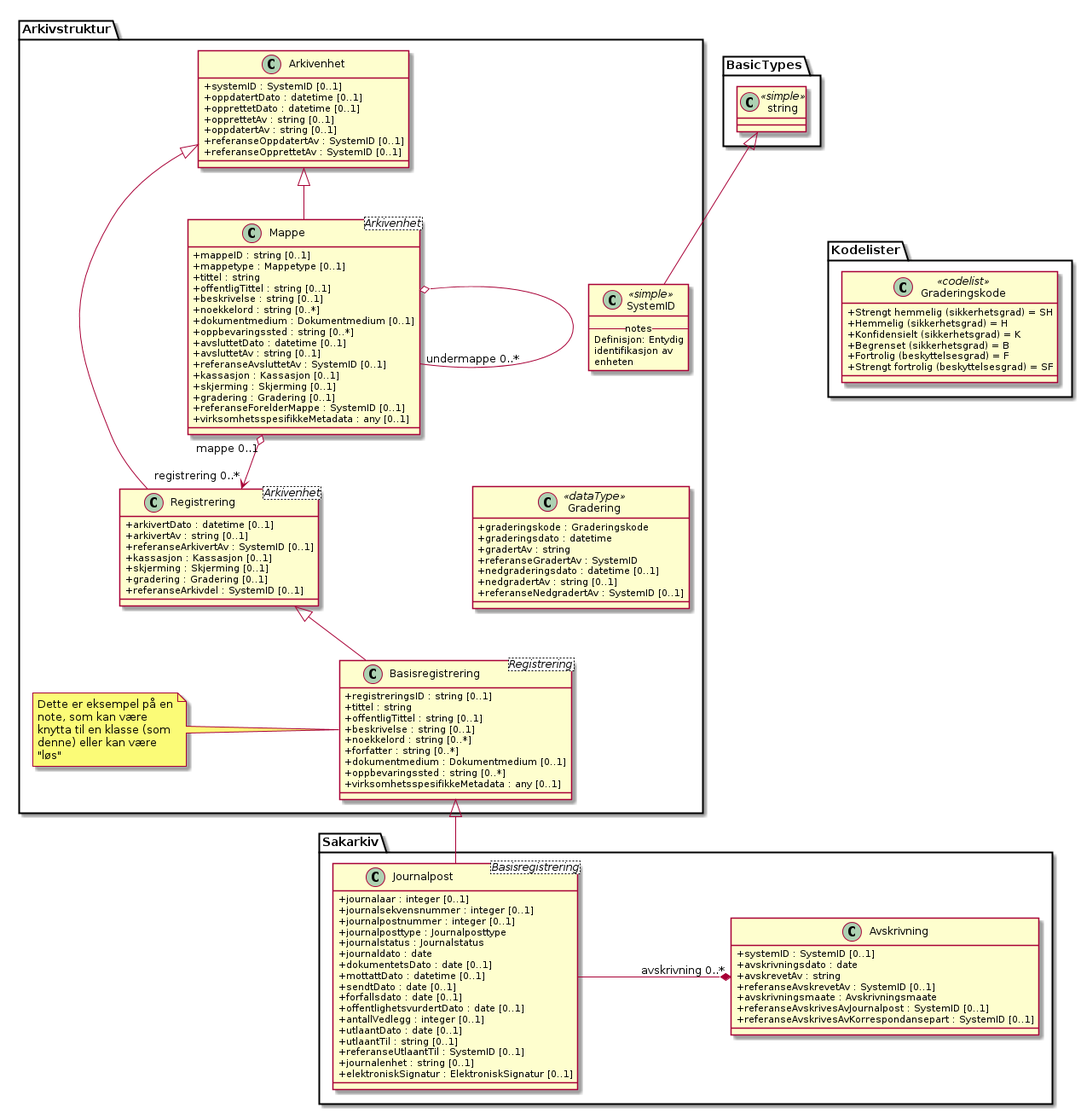
Before: kapitler/media/uml-forklaring-om-notasjon-som-er-brukt.png, a diagram exported from PlantUML (arkivverket/noark5-tjenestegrensesnitt-standard).
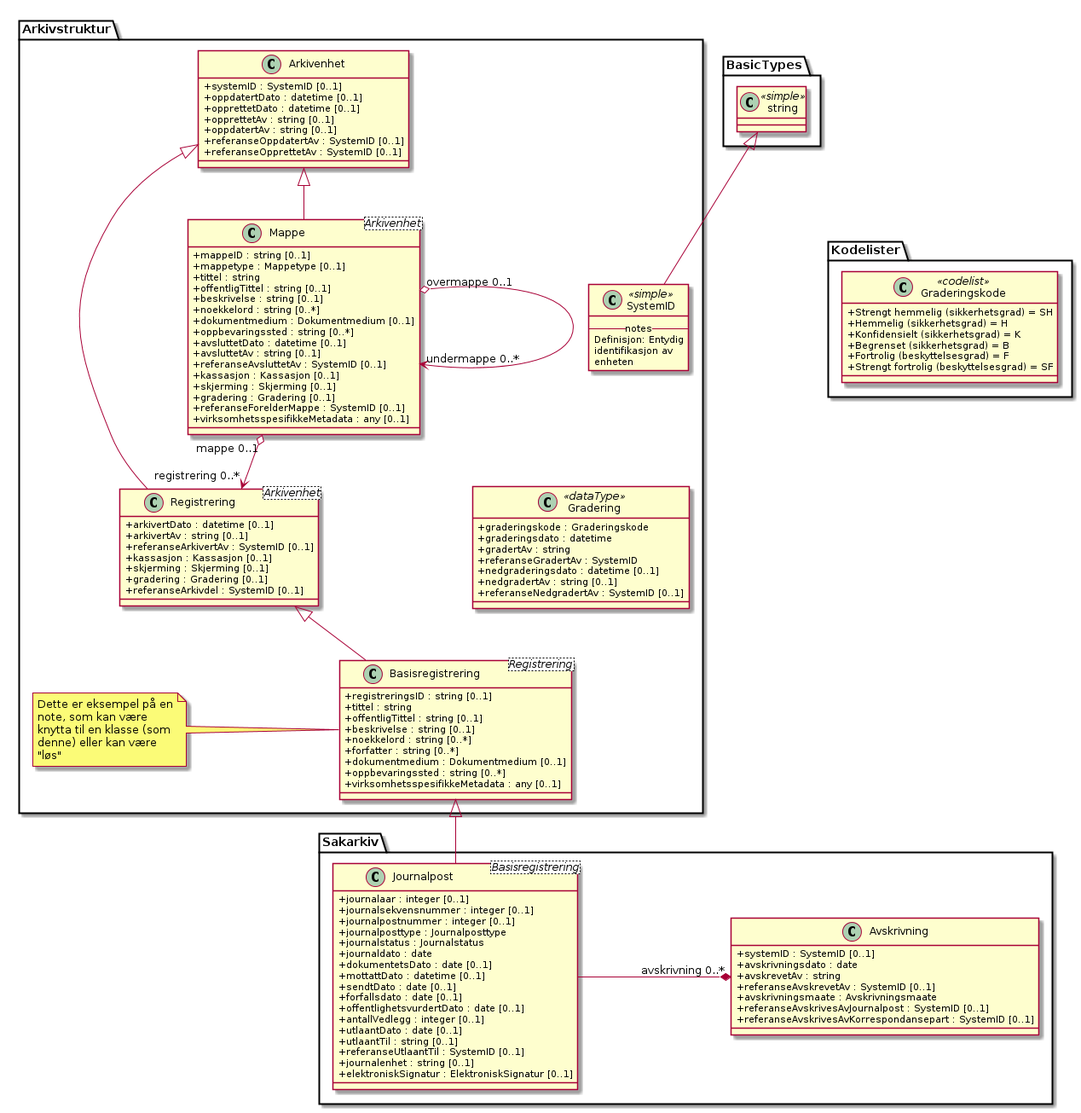
Later version of the same file.

Commit message:
Oppdater PNG-utgave av UML-diagrammer etter siste endringer.

What changed in the source:
```diff
@@ -103,7 +103,7 @@
 
 Arkivstruktur.Arkivenhet --[hidden] Arkivstruktur.SystemID
 
-Arkivstruktur.Mappe o-- "undermappe 0..*" Arkivstruktur.Mappe
+Arkivstruktur.Mappe "overmappe 0..1" o--> "undermappe 0..*" Arkivstruktur.Mappe
 Arkivstruktur.Mappe "mappe 0..1" o--> "registrering 0..*" Arkivstruktur.Registrering
 Sakarkiv.Journalpost -* "avskrivning 0..*" Sakarkiv.Avskrivning
 package Arkivstruktur {
```
